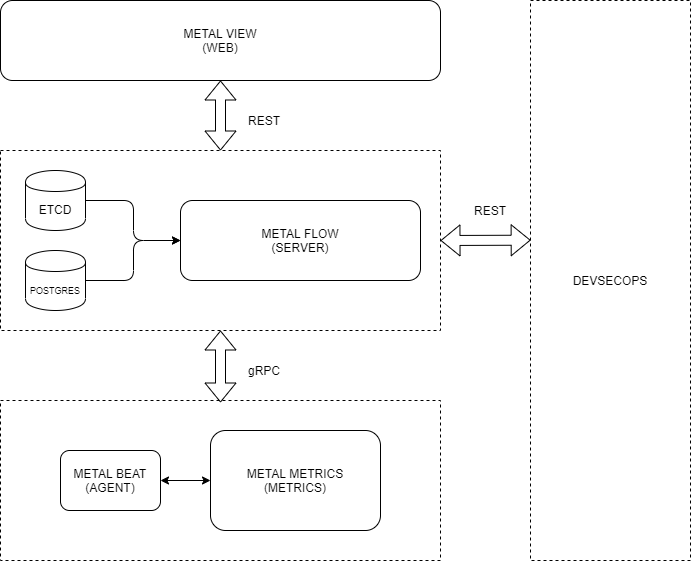
Earlier version of the draw.io export design.png (craftslab/metalmetrics). Source tidied: cells renumbered, new cells last; positions are measured from the earlier drawing's top-left corner, leaving out a move shared by most shapes.
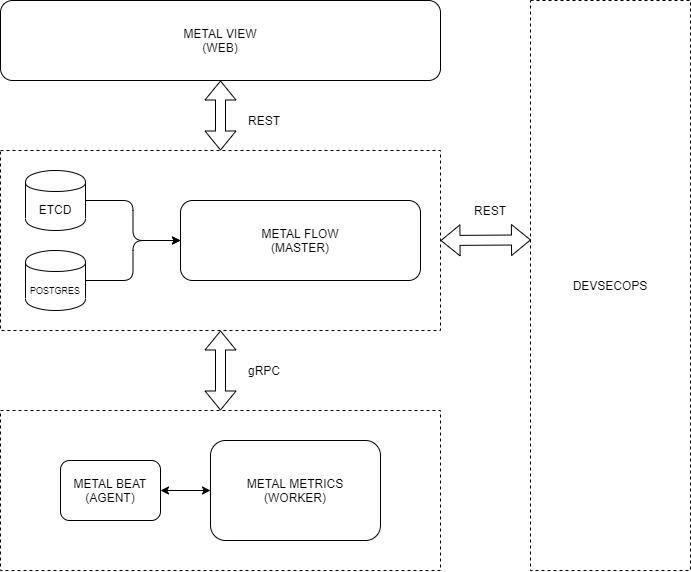
Above is the later version.

Diff of the diagram source:
```diff
@@ -6,16 +6,16 @@
       <mxGeometry y="150" width="440" height="180" as="geometry" />
     </mxCell>
     <mxCell id="3" style="rounded=0;whiteSpace=wrap;html=1;dashed=1;" parent="1" vertex="1">
-      <mxGeometry y="400" width="440" height="160" as="geometry" />
+      <mxGeometry y="410" width="440" height="160" as="geometry" />
     </mxCell>
-    <mxCell id="4" value="METAL FLOW&lt;br&gt;(SERVER)" style="rounded=1;whiteSpace=wrap;html=1;" parent="1" vertex="1">
+    <mxCell id="4" value="METAL FLOW&lt;br&gt;(MASTER)" style="rounded=1;whiteSpace=wrap;html=1;" parent="1" vertex="1">
       <mxGeometry x="180" y="200" width="240" height="80" as="geometry" />
     </mxCell>
     <mxCell id="5" value="METAL BEAT&lt;br&gt;(AGENT)" style="rounded=1;whiteSpace=wrap;html=1;" parent="1" vertex="1">
-      <mxGeometry x="60" y="450" width="100" height="60" as="geometry" />
+      <mxGeometry x="60" y="460" width="100" height="60" as="geometry" />
     </mxCell>
-    <mxCell id="6" value="METAL METRICS&lt;br&gt;(METRICS)" style="rounded=1;whiteSpace=wrap;html=1;" parent="1" vertex="1">
-      <mxGeometry x="210" y="430" width="170" height="100" as="geometry" />
+    <mxCell id="6" value="METAL METRICS&lt;br&gt;(WORKER)" style="rounded=1;whiteSpace=wrap;html=1;" parent="1" vertex="1">
+      <mxGeometry x="210" y="440" width="170" height="100" as="geometry" />
     </mxCell>
     <mxCell id="7" value="ETCD" style="shape=cylinder;whiteSpace=wrap;html=1;boundedLbl=1;backgroundOutline=1;" parent="1" vertex="1">
       <mxGeometry x="25" y="170" width="60" height="60" as="geometry" />
@@ -35,18 +35,16 @@
     <mxCell id="12" style="shape=flexArrow;endArrow=classic;startArrow=classic;html=1;exitX=0.5;exitY=0;exitDx=0;exitDy=0;entryX=0.5;entryY=1;entryDx=0;entryDy=0;" parent="1" edge="1" source="2" target="11">
       <mxGeometry relative="1" as="geometry" />
     </mxCell>
-    <mxCell id="13" style="shape=flexArrow;endArrow=classic;startArrow=classic;html=1;entryX=0.5;entryY=1;entryDx=0;entryDy=0;" parent="1" edge="1" target="2">
-      <mxGeometry relative="1" as="geometry">
-        <mxPoint x="220" y="402" as="sourcePoint" />
-      </mxGeometry>
+    <mxCell id="13" style="shape=flexArrow;endArrow=classic;startArrow=classic;html=1;entryX=0.5;entryY=1;entryDx=0;entryDy=0;exitX=0.5;exitY=0;exitDx=0;exitDy=0;" parent="1" edge="1" source="3" target="2">
+      <mxGeometry relative="1" as="geometry" />
     </mxCell>
     <mxCell id="14" style="endArrow=classic;startArrow=classic;html=1;entryX=0;entryY=0.5;entryDx=0;entryDy=0;exitX=1;exitY=0.5;exitDx=0;exitDy=0;" parent="1" edge="1" source="5" target="6">
       <mxGeometry relative="1" as="geometry" />
     </mxCell>
     <mxCell id="15" value="DEVSECOPS" style="rounded=0;whiteSpace=wrap;html=1;dashed=1;" parent="1" vertex="1">
-      <mxGeometry x="530" width="160" height="560" as="geometry" />
+      <mxGeometry x="530" width="160" height="570" as="geometry" />
     </mxCell>
-    <mxCell id="16" style="shape=flexArrow;endArrow=classic;startArrow=classic;html=1;exitX=1;exitY=0.5;exitDx=0;exitDy=0;entryX=0.001;entryY=0.428;entryDx=0;entryDy=0;entryPerimeter=0;" parent="1" edge="1" source="2" target="15">
+    <mxCell id="16" style="shape=flexArrow;endArrow=classic;startArrow=classic;html=1;exitX=1;exitY=0.5;exitDx=0;exitDy=0;entryX=0.003;entryY=0.42;entryDx=0;entryDy=0;entryPerimeter=0;" parent="1" edge="1" source="2" target="15">
       <mxGeometry relative="1" as="geometry" />
     </mxCell>
     <mxCell id="17" value="REST" style="text;html=1;strokeColor=none;fillColor=none;align=center;verticalAlign=middle;whiteSpace=wrap;rounded=0;" parent="1" vertex="1">
```
